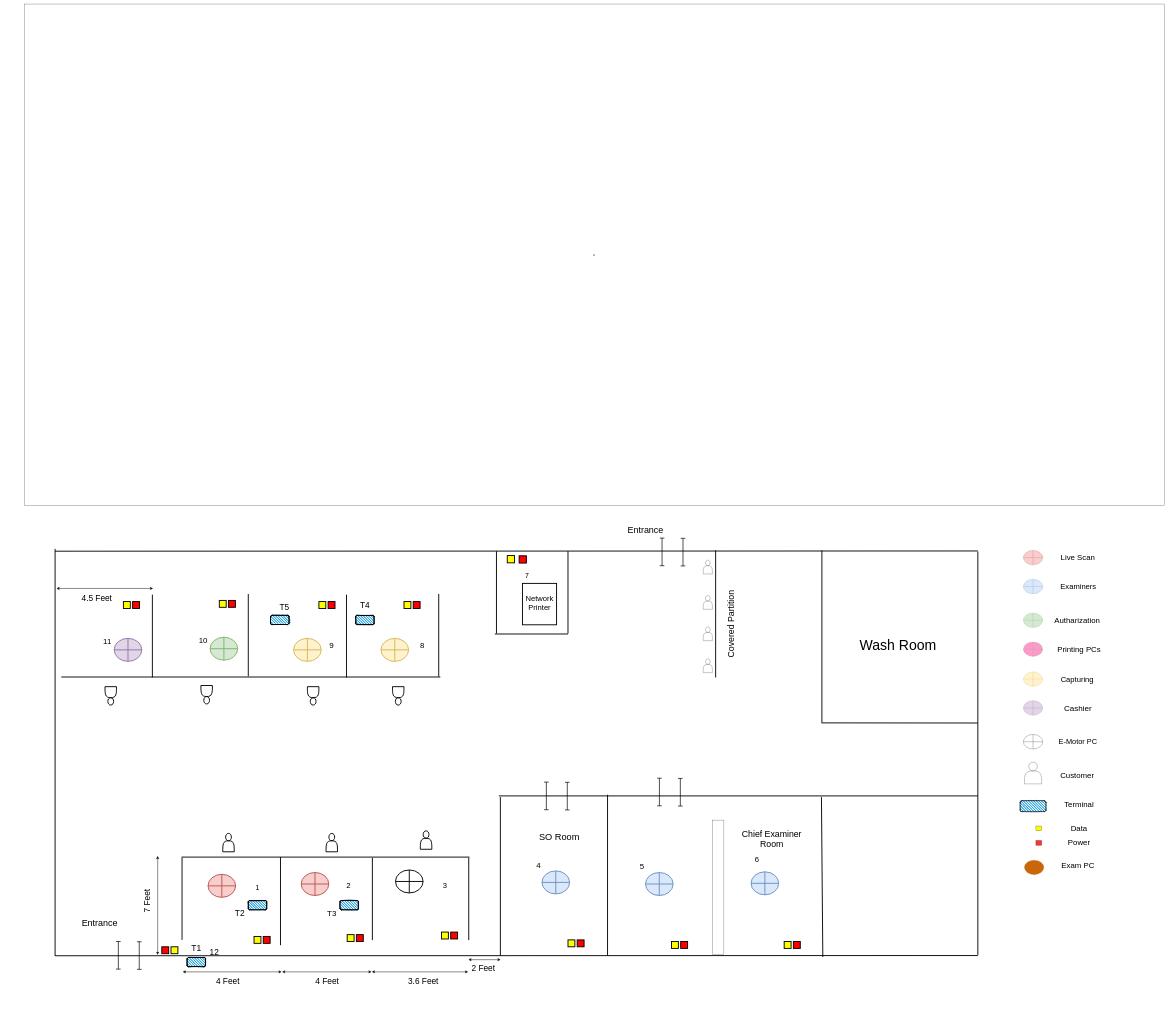
Earlier version of the draw.io diagram vavuniya_ground.drawio (thushan-harshajeewa/dmt-diagrams). Source tidied: cells renumbered, new cells numbered last; positions are measured from the earlier drawing's top-left corner, leaving out a move shared by most shapes. Both pictures are drawn from the tidied source at 23%, with x=0, y=0 at pixel (24, 4).
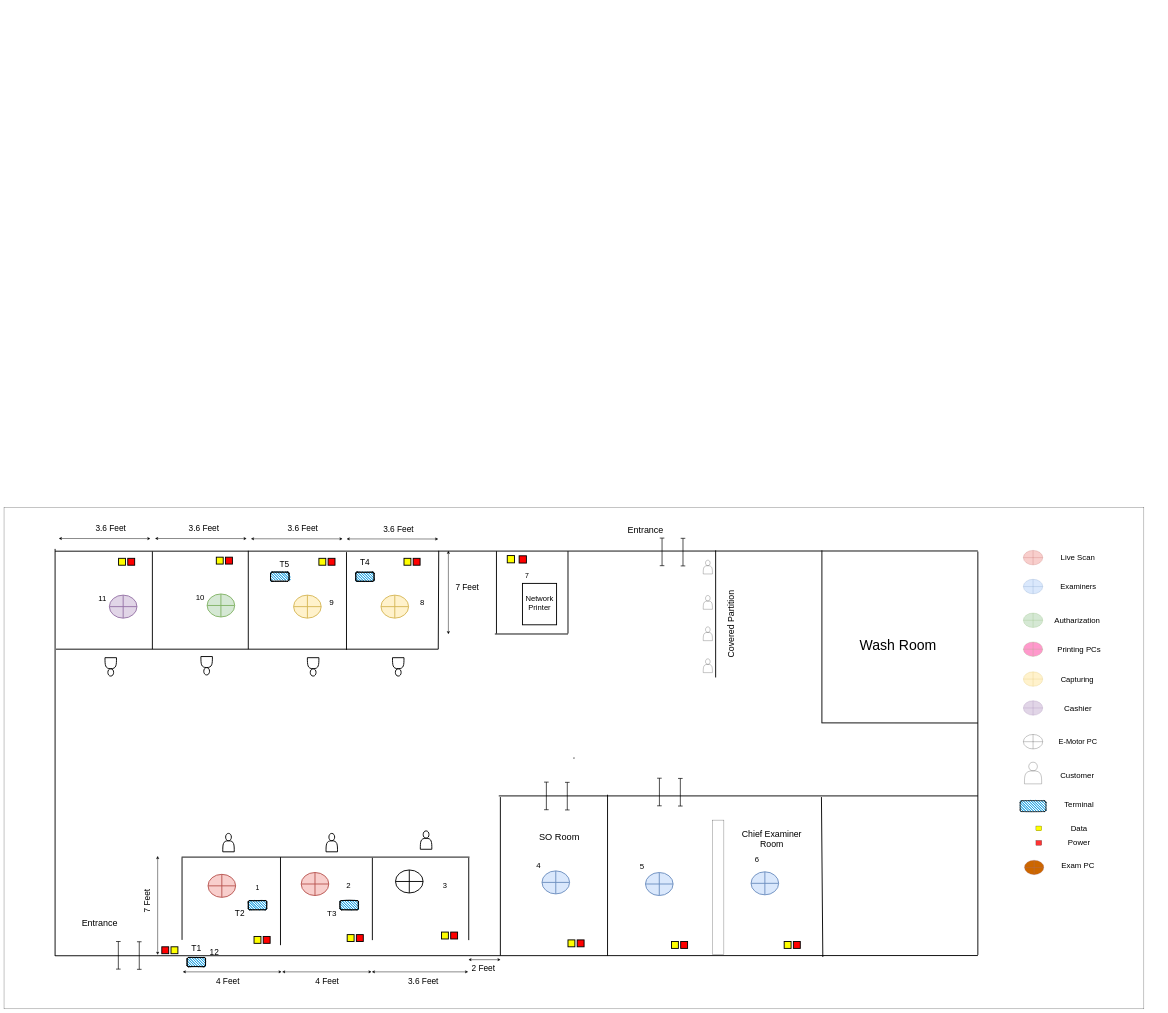
After the change.

What changed in the source:
```diff
@@
     <mxCell id="2" value="u" style="rounded=0;whiteSpace=wrap;html=1;" parent="1" vertex="1">
-      <mxGeometry width="4956" height="2180" as="geometry" />
+      <mxGeometry x="-88" y="2189" width="4956" height="2180" as="geometry" />
     </mxCell>
     <mxCell id="3" style="endArrow=none;html=1;strokeWidth=4;" parent="1" edge="1">
       <mxGeometry relative="1" as="geometry">
-        <mxPoint x="557" y="2928" as="sourcePoint" />
-        <mxPoint x="557" y="2568" as="targetPoint" />
+        <mxPoint x="557" y="2805" as="sourcePoint" />
+        <mxPoint x="557" y="2380" as="targetPoint" />
       </mxGeometry>
     </mxCell>
     <mxCell id="4" style="endArrow=none;html=1;strokeWidth=4;" parent="1" edge="1">
       <mxGeometry relative="1" as="geometry">
-        <mxPoint x="1401" y="2928" as="sourcePoint" />
-        <mxPoint x="1401" y="2568" as="targetPoint" />
+        <mxPoint x="1401" y="2808" as="sourcePoint" />
+        <mxPoint x="1401" y="2383" as="targetPoint" />
       </mxGeometry>
     </mxCell>
     <mxCell id="5" style="endArrow=none;html=1;strokeWidth=4;" parent="1" edge="1">
       <mxGeometry relative="1" as="geometry">
-        <mxPoint x="1802" y="2925" as="sourcePoint" />
-        <mxPoint x="1802" y="2565" as="targetPoint" />
+        <mxPoint x="1800" y="2805" as="sourcePoint" />
+        <mxPoint x="1802" y="2377" as="targetPoint" />
       </mxGeometry>
     </mxCell>
     <mxCell id="6" style="endArrow=none;html=1;strokeWidth=4;" parent="1" edge="1">
       <mxGeometry relative="1" as="geometry">
-        <mxPoint x="161" y="2926" as="sourcePoint" />
-        <mxPoint x="1809" y="2926" as="targetPoint" />
+        <mxPoint x="138" y="2805" as="sourcePoint" />
+        <mxPoint x="1800" y="2805" as="targetPoint" />
       </mxGeometry>
     </mxCell>
     <mxCell id="7" style="shape=actor;whiteSpace=wrap;html=1;direction=west;strokeWidth=4;" parent="1" vertex="1">
-      <mxGeometry x="1231" y="2968" width="50" height="80" as="geometry" />
+      <mxGeometry x="1231" y="2842" width="50" height="80" as="geometry" />
     </mxCell>
     <mxCell id="8" style="shape=actor;whiteSpace=wrap;html=1;direction=west;strokeWidth=4;" parent="1" vertex="1">
-      <mxGeometry x="1601" y="2968" width="50" height="80" as="geometry" />
+      <mxGeometry x="1601" y="2842" width="50" height="80" as="geometry" />
     </mxCell>
     <mxCell id="9" style="shape=actor;whiteSpace=wrap;html=1;direction=west;strokeWidth=4;" parent="1" vertex="1">
-      <mxGeometry x="351" y="2968" width="50" height="80" as="geometry" />
+      <mxGeometry x="351" y="2842" width="50" height="80" as="geometry" />
     </mxCell>
     <mxCell id="10" style="shape=orEllipse;perimeter=ellipsePerimeter;whiteSpace=wrap;html=1;backgroundOutline=1;fillColor=#e1d5e7;strokeColor=#9673a6;strokeWidth=4;" parent="1" vertex="1">
-      <mxGeometry x="391" y="2758" width="120" height="100" as="geometry" />
+      <mxGeometry x="370" y="2570" width="120" height="100" as="geometry" />
     </mxCell>
     <mxCell id="11" style="rounded=0;whiteSpace=wrap;html=1;fillColor=#FFFF00;strokeWidth=4;" parent="1" vertex="1">
-      <mxGeometry x="431" y="2598" width="30" height="30" as="geometry" />
+      <mxGeometry x="410" y="2410" width="30" height="30" as="geometry" />
     </mxCell>
     <mxCell id="12" style="rounded=0;whiteSpace=wrap;html=1;fillColor=#FF0000;strokeWidth=4;" parent="1" vertex="1">
-      <mxGeometry x="471" y="2598" width="30" height="30" as="geometry" />
+      <mxGeometry x="450" y="2410" width="30" height="30" as="geometry" />
     </mxCell>
     <mxCell id="13" style="rounded=1;whiteSpace=wrap;html=1;strokeWidth=4;fillWeight=4;hachureGap=8;hachureAngle=45;fillColor=#1ba1e2;sketch=1;" parent="1" vertex="1">
-      <mxGeometry x="1071" y="2658" width="80" height="40" as="geometry" />
+      <mxGeometry x="1071" y="2470" width="80" height="40" as="geometry" />
     </mxCell>
     <mxCell id="14" style="rounded=0;whiteSpace=wrap;html=1;fillColor=#FFFF00;strokeWidth=4;" parent="1" vertex="1">
-      <mxGeometry x="1281" y="2598" width="30" height="30" as="geometry" />
+      <mxGeometry x="1281" y="2410" width="30" height="30" as="geometry" />
     </mxCell>
     <mxCell id="15" style="rounded=0;whiteSpace=wrap;html=1;fillColor=#FF0000;strokeWidth=4;" parent="1" vertex="1">
-      <mxGeometry x="1321" y="2598" width="30" height="30" as="geometry" />
+      <mxGeometry x="1321" y="2410" width="30" height="30" as="geometry" />
     </mxCell>
     <mxCell id="16" style="rounded=1;whiteSpace=wrap;html=1;strokeWidth=4;fillWeight=4;hachureGap=8;hachureAngle=45;fillColor=#1ba1e2;sketch=1;" parent="1" vertex="1">
-      <mxGeometry x="1441" y="2658" width="80" height="40" as="geometry" />
+      <mxGeometry x="1441" y="2470" width="80" height="40" as="geometry" />
     </mxCell>
     <mxCell id="17" style="rounded=0;whiteSpace=wrap;html=1;fillColor=#FFFF00;strokeWidth=4;" parent="1" vertex="1">
-      <mxGeometry x="1651" y="2598" width="30" height="30" as="geometry" />
+      <mxGeometry x="1651" y="2410" width="30" height="30" as="geometry" />
     </mxCell>
     <mxCell id="18" style="rounded=0;whiteSpace=wrap;html=1;fillColor=#FF0000;strokeWidth=4;" parent="1" vertex="1">
-      <mxGeometry x="1691" y="2598" width="30" height="30" as="geometry" />
+      <mxGeometry x="1691" y="2410" width="30" height="30" as="geometry" />
     </mxCell>
     <mxCell id="19" style="shape=orEllipse;perimeter=ellipsePerimeter;whiteSpace=wrap;html=1;backgroundOutline=1;fillColor=#fff2cc;strokeColor=#d6b656;strokeWidth=4;" parent="1" vertex="1">
-      <mxGeometry x="1171" y="2758" width="120" height="100" as="geometry" />
+      <mxGeometry x="1171" y="2570" width="120" height="100" as="geometry" />
     </mxCell>
     <mxCell id="20" style="shape=orEllipse;perimeter=ellipsePerimeter;whiteSpace=wrap;html=1;backgroundOutline=1;fillColor=#fff2cc;strokeColor=#d6b656;strokeWidth=4;" parent="1" vertex="1">
-      <mxGeometry x="1551" y="2758" width="120" height="100" as="geometry" />
+      <mxGeometry x="1551" y="2570" width="120" height="100" as="geometry" />
     </mxCell>
     <mxCell id="21" value="&lt;font style=&quot;font-size: 36px;&quot;&gt;T4&lt;/font&gt;" style="text;html=1;align=center;verticalAlign=middle;whiteSpace=wrap;rounded=0;strokeWidth=4;" parent="1" vertex="1">
-      <mxGeometry x="1451" y="2598" width="60" height="30" as="geometry" />
+      <mxGeometry x="1451" y="2410" width="60" height="30" as="geometry" />
     </mxCell>
     <mxCell id="22" value="&lt;font style=&quot;font-size: 36px;&quot;&gt;T5&lt;/font&gt;" style="text;html=1;align=center;verticalAlign=middle;whiteSpace=wrap;rounded=0;strokeWidth=4;" parent="1" vertex="1">
-      <mxGeometry x="1101" y="2608" width="60" height="30" as="geometry" />
+      <mxGeometry x="1101" y="2420" width="60" height="30" as="geometry" />
     </mxCell>
     <mxCell id="23" value="&lt;font style=&quot;font-size: 34px;&quot;&gt;8&lt;/font&gt;" style="text;html=1;align=center;verticalAlign=middle;whiteSpace=wrap;rounded=0;strokeWidth=4;" parent="1" vertex="1">
-      <mxGeometry x="1701" y="2773" width="60" height="30" as="geometry" />
+      <mxGeometry x="1701" y="2585" width="60" height="30" as="geometry" />
     </mxCell>
     <mxCell id="24" value="&lt;font style=&quot;font-size: 35px;&quot;&gt;9&lt;/font&gt;" style="text;html=1;align=center;verticalAlign=middle;whiteSpace=wrap;rounded=0;strokeWidth=4;" parent="1" vertex="1">
-      <mxGeometry x="1306" y="2773" width="60" height="30" as="geometry" />
+      <mxGeometry x="1306" y="2585" width="60" height="30" as="geometry" />
     </mxCell>
     <mxCell id="25" value="&lt;font style=&quot;font-size: 34px;&quot;&gt;11&lt;/font&gt;" style="text;html=1;align=center;verticalAlign=middle;whiteSpace=wrap;rounded=0;strokeWidth=4;" parent="1" vertex="1">
-      <mxGeometry x="331" y="2758" width="60" height="30" as="geometry" />
+      <mxGeometry x="310" y="2570" width="60" height="30" as="geometry" />
     </mxCell>
     <mxCell id="26" style="endArrow=none;html=1;strokeWidth=4;" parent="1" edge="1">
       <mxGeometry relative="1" as="geometry">
-        <mxPoint x="974" y="2923" as="sourcePoint" />
-        <mxPoint x="974" y="2565" as="targetPoint" />
+        <mxPoint x="974" y="2805" as="sourcePoint" />
+        <mxPoint x="974" y="2377" as="targetPoint" />
       </mxGeometry>
     </mxCell>
     <mxCell id="27" style="shape=actor;whiteSpace=wrap;html=1;direction=west;strokeWidth=4;" parent="1" vertex="1">
-      <mxGeometry x="768" y="2963" width="50" height="80" as="geometry" />
+      <mxGeometry x="768" y="2837" width="50" height="80" as="geometry" />
     </mxCell>
     <mxCell id="28" style="shape=orEllipse;perimeter=ellipsePerimeter;whiteSpace=wrap;html=1;backgroundOutline=1;fillColor=#d5e8d4;strokeColor=#82b366;strokeWidth=4;" parent="1" vertex="1">
-      <mxGeometry x="808" y="2753" width="120" height="100" as="geometry" />
+      <mxGeometry x="795" y="2565" width="120" height="100" as="geometry" />
     </mxCell>
     <mxCell id="29" style="rounded=0;whiteSpace=wrap;html=1;fillColor=#FFFF00;strokeWidth=4;" parent="1" vertex="1">
-      <mxGeometry x="848" y="2593" width="30" height="30" as="geometry" />
+      <mxGeometry x="835" y="2405" width="30" height="30" as="geometry" />
     </mxCell>
     <mxCell id="30" style="rounded=0;whiteSpace=wrap;html=1;fillColor=#FF0000;strokeWidth=4;" parent="1" vertex="1">
-      <mxGeometry x="888" y="2593" width="30" height="30" as="geometry" />
+      <mxGeometry x="875" y="2405" width="30" height="30" as="geometry" />
     </mxCell>
     <mxCell id="31" value="&lt;font style=&quot;font-size: 34px;&quot;&gt;10&lt;/font&gt;" style="text;html=1;align=center;verticalAlign=middle;whiteSpace=wrap;rounded=0;strokeWidth=4;" parent="1" vertex="1">
-      <mxGeometry x="748" y="2753" width="60" height="30" as="geometry" />
+      <mxGeometry x="735" y="2565" width="60" height="30" as="geometry" />
     </mxCell>
@@
-    <mxCell id="147" style="endArrow=classic;startArrow=classic;html=1;strokeWidth=2;endSize=8;startSize=8;" parent="1" edge="1">
-      <mxGeometry relative="1" as="geometry">
-        <mxPoint x="140" y="2541" as="sourcePoint" />
-        <mxPoint x="560" y="2541" as="targetPoint" />
-      </mxGeometry>
-    </mxCell>
-    <mxCell id="148" value="&lt;font style=&quot;font-size: 36px;&quot;&gt;4.5 Feet&lt;/font&gt;" style="text;html=1;align=center;verticalAlign=middle;whiteSpace=wrap;rounded=0;strokeWidth=4;" parent="1" vertex="1">
-      <mxGeometry x="230" y="2568" width="171" height="30" as="geometry" />
-    </mxCell>
+    <mxCell id="149" style="endArrow=classic;startArrow=classic;html=1;strokeWidth=2;endSize=8;startSize=8;" parent="1" edge="1">
+      <mxGeometry relative="1" as="geometry">
+        <mxPoint x="1401.5" y="2325.6" as="sourcePoint" />
+        <mxPoint x="1800" y="2326" as="targetPoint" />
+      </mxGeometry>
+    </mxCell>
+    <mxCell id="150" value="&lt;font style=&quot;font-size: 36px;&quot;&gt;3.6 Feet&lt;/font&gt;" style="text;html=1;align=center;verticalAlign=middle;whiteSpace=wrap;rounded=0;strokeWidth=4;" parent="1" vertex="1">
+      <mxGeometry x="1532" y="2266" width="190" height="30" as="geometry" />
+    </mxCell>
+    <mxCell id="151" style="endArrow=classic;startArrow=classic;html=1;strokeWidth=2;endSize=8;startSize=8;" parent="1" edge="1">
+      <mxGeometry relative="1" as="geometry">
+        <mxPoint x="985.5" y="2325" as="sourcePoint" />
+        <mxPoint x="1384" y="2325.4" as="targetPoint" />
+      </mxGeometry>
+    </mxCell>
+    <mxCell id="152" value="&lt;font style=&quot;font-size: 36px;&quot;&gt;3.6 Feet&lt;/font&gt;" style="text;html=1;align=center;verticalAlign=middle;whiteSpace=wrap;rounded=0;strokeWidth=4;" parent="1" vertex="1">
+      <mxGeometry x="1116" y="2265.4" width="190" height="30" as="geometry" />
+    </mxCell>
+    <mxCell id="153" style="endArrow=classic;startArrow=classic;html=1;strokeWidth=2;endSize=8;startSize=8;" parent="1" edge="1">
+      <mxGeometry relative="1" as="geometry">
+        <mxPoint x="568.5" y="2323.8" as="sourcePoint" />
+        <mxPoint x="967" y="2324.2" as="targetPoint" />
+      </mxGeometry>
+    </mxCell>
+    <mxCell id="154" value="&lt;font style=&quot;font-size: 36px;&quot;&gt;3.6 Feet&lt;/font&gt;" style="text;html=1;align=center;verticalAlign=middle;whiteSpace=wrap;rounded=0;strokeWidth=4;" parent="1" vertex="1">
+      <mxGeometry x="686" y="2264.2" width="190" height="30" as="geometry" />
+    </mxCell>
+    <mxCell id="155" style="endArrow=classic;startArrow=classic;html=1;strokeWidth=2;endSize=8;startSize=8;" parent="1" edge="1">
+      <mxGeometry relative="1" as="geometry">
+        <mxPoint x="150" y="2323.8" as="sourcePoint" />
+        <mxPoint x="548.5" y="2324.2" as="targetPoint" />
+      </mxGeometry>
+    </mxCell>
+    <mxCell id="156" value="&lt;font style=&quot;font-size: 36px;&quot;&gt;3.6 Feet&lt;/font&gt;" style="text;html=1;align=center;verticalAlign=middle;whiteSpace=wrap;rounded=0;strokeWidth=4;" parent="1" vertex="1">
+      <mxGeometry x="280.5" y="2264.2" width="190" height="30" as="geometry" />
+    </mxCell>
+    <mxCell id="157" style="endArrow=classic;startArrow=classic;html=1;strokeWidth=2;endSize=8;startSize=8;" parent="1" edge="1">
+      <mxGeometry relative="1" as="geometry">
+        <mxPoint x="1844" y="2377" as="sourcePoint" />
+        <mxPoint x="1844" y="2740" as="targetPoint" />
+      </mxGeometry>
+    </mxCell>
+    <mxCell id="158" value="&lt;font style=&quot;font-size: 36px;&quot;&gt;7 Feet&lt;/font&gt;" style="text;html=1;align=center;verticalAlign=middle;whiteSpace=wrap;rounded=0;strokeWidth=4;rotation=0;" parent="1" vertex="1">
+      <mxGeometry x="1859" y="2520" width="134" height="30" as="geometry" />
+    </mxCell>
```
